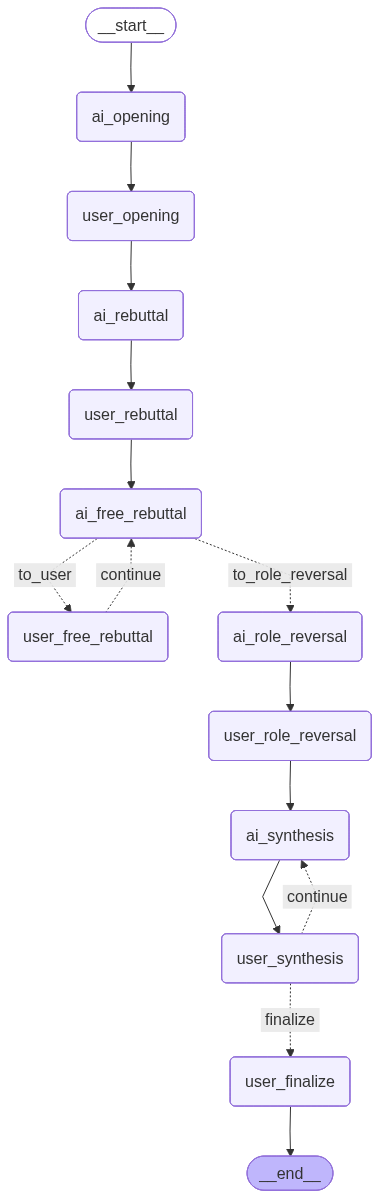
The Mermaid diagram docs/debate_graph.png in shinjipark22/SJU-Capstone-Multi-Agent-Debater-AI, before a commit. Its source is kept beside it as docs/debate_graph.mmd.
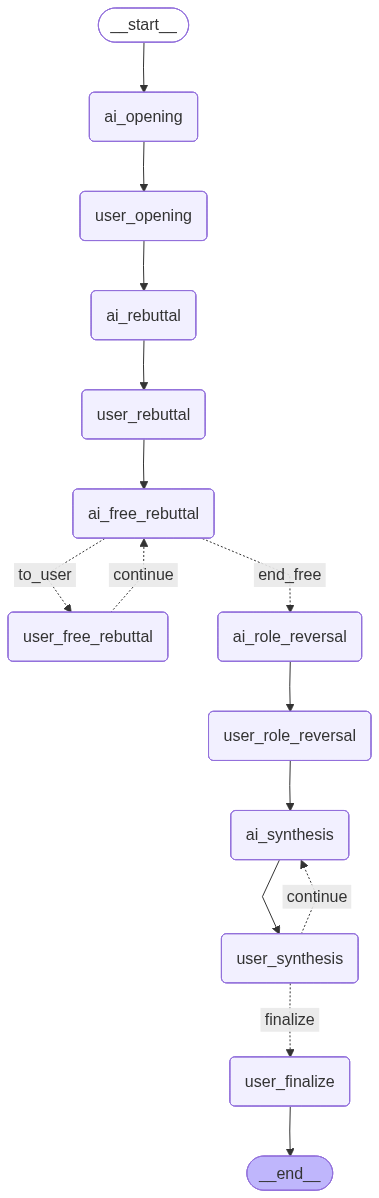
The same diagram one commit later.

Commit message:
[FIX] to_role_reversal → end_free 이름 변경

Diff of the diagram source:
```diff
@@ -18,7 +18,7 @@
 	user_finalize(user_finalize)
 	__end__([<p>__end__</p>]):::last
 	__start__ --> ai_opening;
-	ai_free_rebuttal -. &nbsp;to_role_reversal&nbsp; .-> ai_role_reversal;
+	ai_free_rebuttal -. &nbsp;end_free&nbsp; .-> ai_role_reversal;
 	ai_free_rebuttal -. &nbsp;to_user&nbsp; .-> user_free_rebuttal;
 	ai_opening --> user_opening;
 	ai_rebuttal --> user_rebuttal;
```
